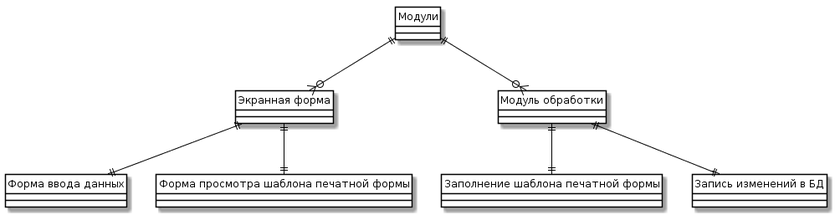
Hoshi089/VeronikaYakubova.github.io keeps this PlantUML diagram as Modules.png. Above is the earlier version.
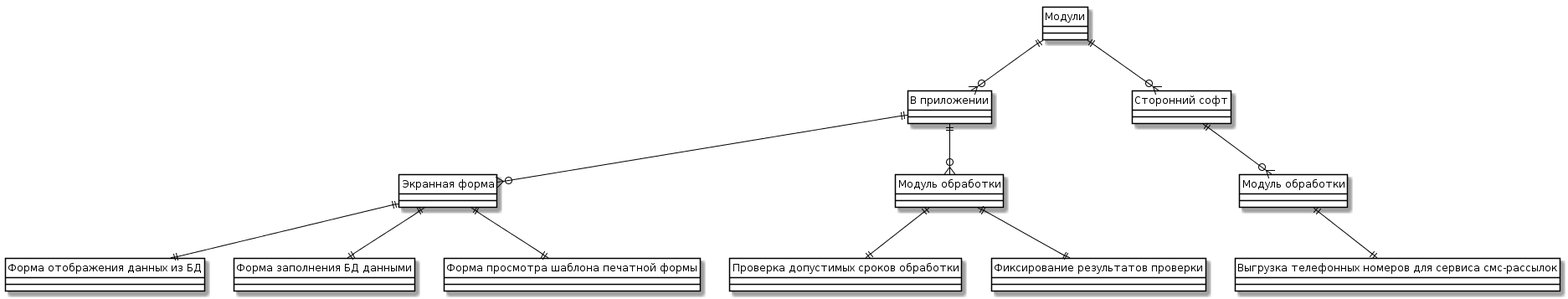
The same diagram one commit later.

What changed in the source:
```diff
@@ -5,19 +5,29 @@
 	BorderColor Black
 }
 class "Модули" as M {}
+class "В приложении" as A {}
+class "Сторонний софт" as S {}
 class "Экранная форма" as V {}
 class "Модуль обработки" as O {}
-class "Форма ввода данных" as Tr {}
+class "Модуль обработки" as I {}
+class "Форма отображения данных из БД" as Tr {}
+class "Форма заполнения БД данными" as Bd {}
 class "Форма просмотра шаблона печатной формы" as Mar {}
-class "Заполнение шаблона печатной формы" as ZSh {}
-class "Запись изменений в БД" as SSh {}
+class "Проверка допустимых сроков обработки" as ZSh {}
+class "Фиксирование результатов проверки" as SSh {}
+class "Выгрузка телефонных номеров для сервиса смс-рассылок" as II {}
 
-M ||--o{ V
-M ||--o{ O
+M ||--o{ A
+M ||--o{ S
+A ||--o{ V
+A ||--o{ O
+S ||--o{ I
 V ||--|| Tr
+V ||--|| Bd
 V ||--|| Mar
 O ||--|| ZSh
 O ||--|| SSh
+I ||--|| II
 
 hide circle
 @enduml
```
